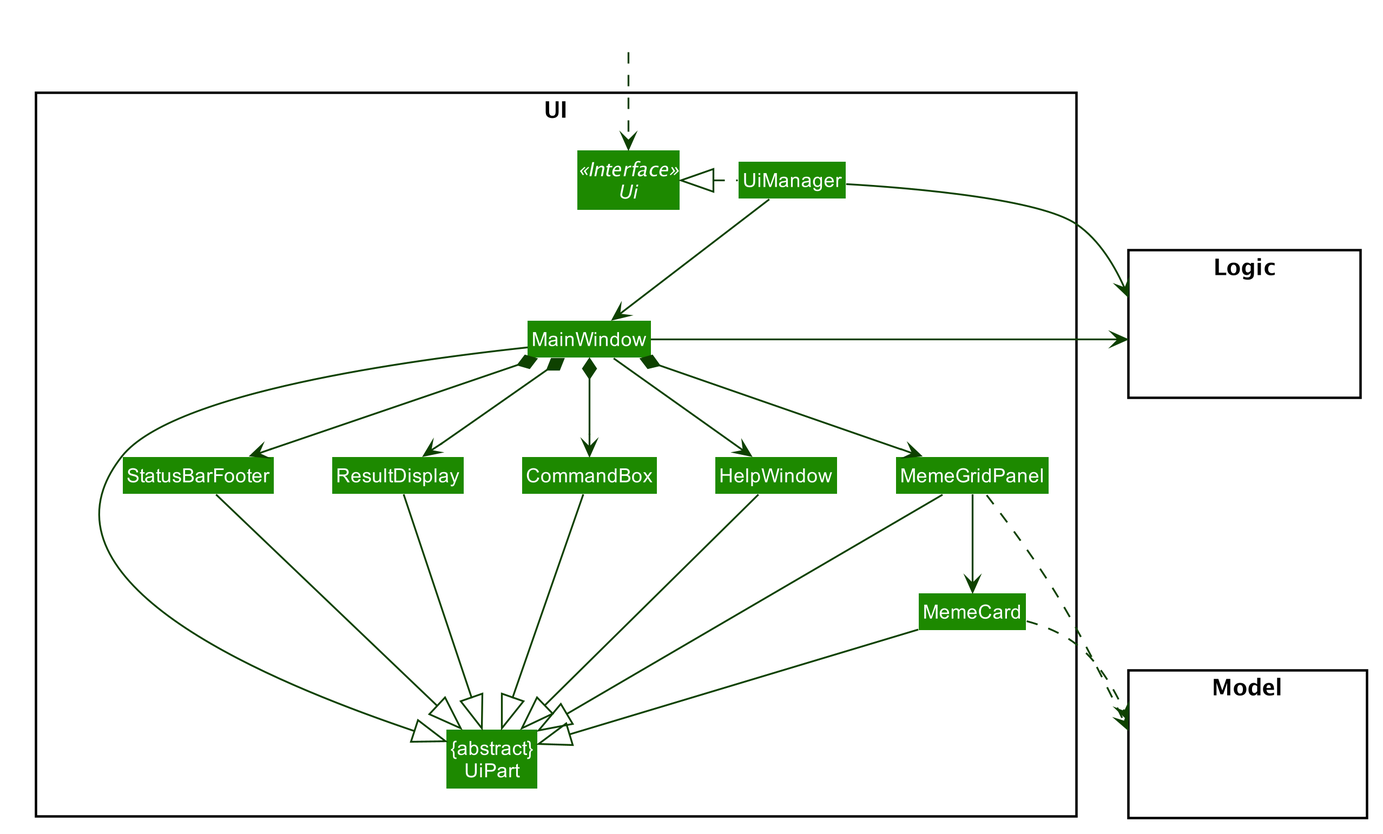
Earlier version of the PlantUML export docs/images/UiClassDiagram.png (nus-cs2103-AY1920S1/addressbook-level3).
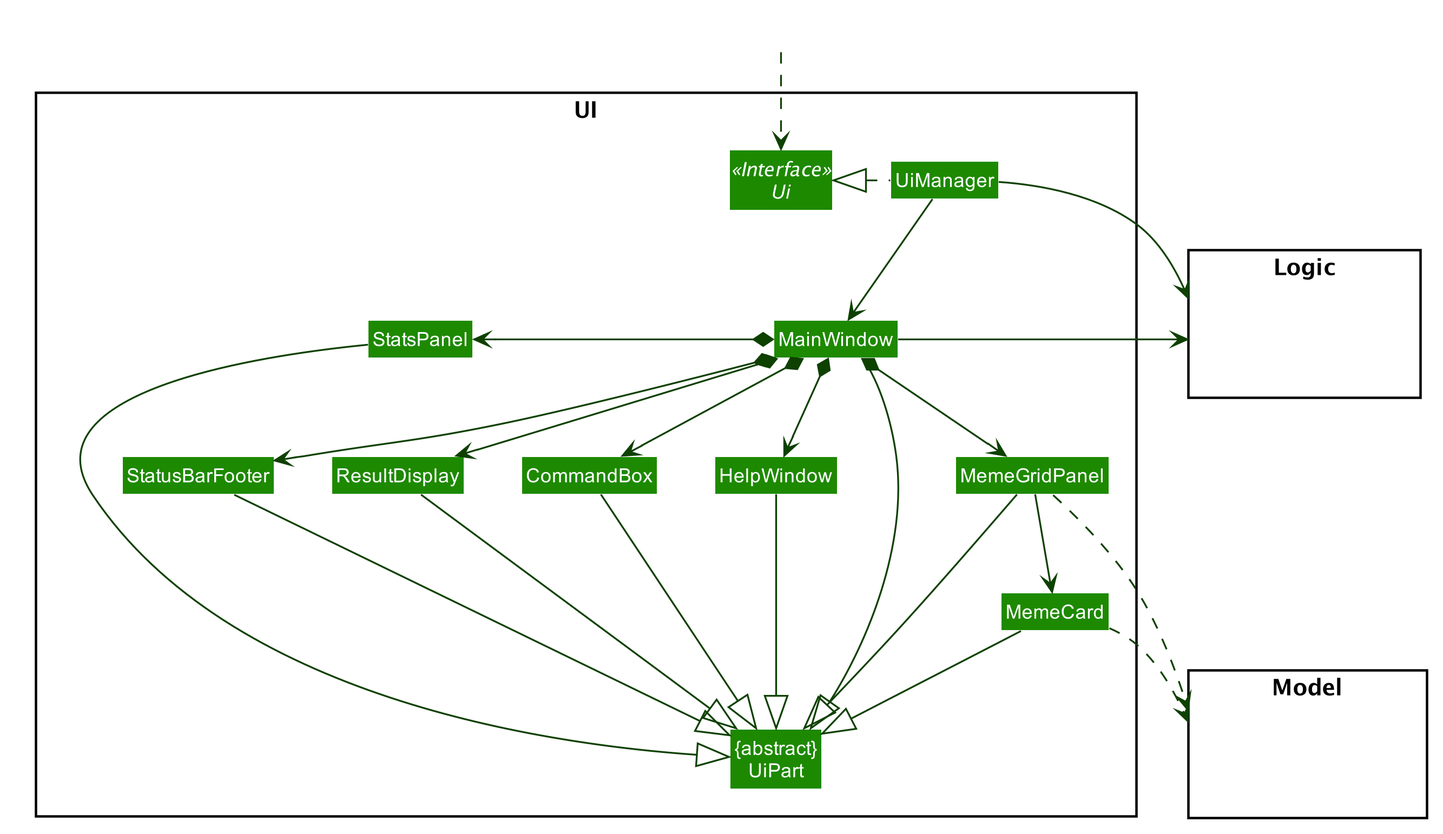
After the change.

The edit, as a diff of the source:
```diff
@@ -63,6 +63,7 @@
 Class MemeCard
 Class StatusBarFooter
 Class CommandBox
+Class StatsPanel
 }
 
 package Model <<Rectangle>> {
@@ -78,7 +79,8 @@
 
 UiManager .left.|> Ui
 UiManager -down-> MainWindow
-MainWindow --> HelpWindow
+MainWindow *-left-> StatsPanel
+MainWindow *-down-> HelpWindow
 MainWindow *-down-> CommandBox
 MainWindow *-down-> ResultDisplay
 MainWindow *-down-> MemeGridPanel
@@ -94,6 +96,7 @@
 MemeCard --|> UiPart
 StatusBarFooter --|> UiPart
 HelpWindow -down-|> UiPart
+StatsPanel -down-|> UiPart
 
 MemeCard ..> Model
 MemeGridPanel ..> Model
```
